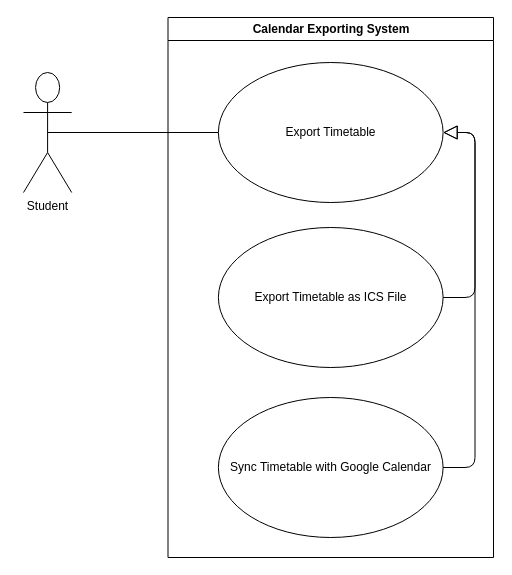
Above: page "Calendar_Exporting" (7 of 16) of docs/diagrams/requirements/Requirements.drawio in COS301-SE-2026/UMTAS (draw.io), before the change. Source tidied: cells renumbered, new cells numbered last; positions are measured from the earlier drawing's top-left corner, leaving out a move shared by most shapes. Both pictures are drawn from the tidied source at 100%, with x=0, y=0 at pixel (23, 17).
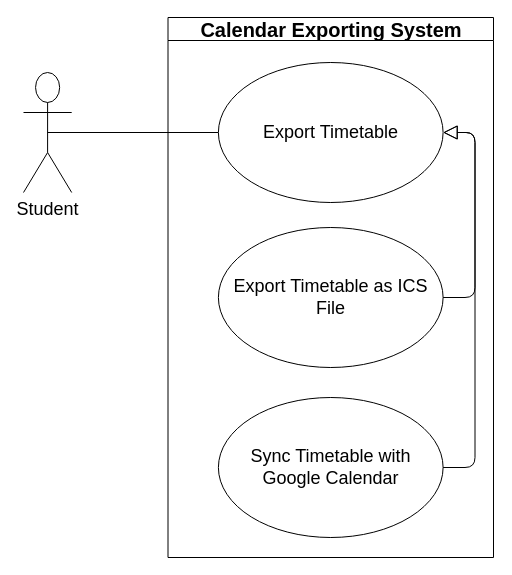
Above is the later version.

The edit, as a diff of the source:
```diff
@@
 <mxGraphModel>
   <root>
     <mxCell id="0" />
     <mxCell id="1" parent="0" />
     <mxCell id="2" style="group;" parent="1" vertex="1">
       <mxGeometry width="470" height="540" as="geometry" />
     </mxCell>
-    <mxCell id="3" value="Student&lt;div&gt;&lt;br&gt;&lt;/div&gt;" style="shape=umlActor;verticalLabelPosition=bottom;verticalAlign=top;html=1;outlineConnect=0;" parent="2" vertex="1">
+    <mxCell id="3" value="&lt;font style=&quot;font-size: 18px;&quot;&gt;Student&lt;/font&gt;&lt;div&gt;&lt;br&gt;&lt;/div&gt;" style="shape=umlActor;verticalLabelPosition=bottom;verticalAlign=top;html=1;outlineConnect=0;" parent="2" vertex="1">
       <mxGeometry y="55" width="48.2" height="120" as="geometry" />
     </mxCell>
-    <mxCell id="4" value="Calendar Exporting System" style="swimlane;whiteSpace=wrap;html=1;" parent="2" vertex="1">
+    <mxCell id="4" value="&lt;font style=&quot;font-size: 20px;&quot;&gt;Calendar Exporting System&lt;/font&gt;" style="swimlane;whiteSpace=wrap;html=1;" parent="2" vertex="1">
       <mxGeometry x="144.5" width="325.5" height="540" as="geometry" />
     </mxCell>
     <mxCell id="5" style="endArrow=none;html=1;exitX=0.5;exitY=0.5;exitDx=0;exitDy=0;exitPerimeter=0;entryX=0;entryY=0.5;entryDx=0;entryDy=0;" parent="2" edge="1" source="3" target="6">
       <mxGeometry relative="1" as="geometry" />
     </mxCell>
-    <mxCell id="6" value="Export Timetable" style="ellipse;whiteSpace=wrap;html=1;" parent="2" vertex="1">
+    <mxCell id="6" value="&lt;font style=&quot;font-size: 18px;&quot;&gt;Export Timetable&lt;/font&gt;" style="ellipse;whiteSpace=wrap;html=1;" parent="2" vertex="1">
       <mxGeometry x="194.9" y="45" width="224.7" height="140" as="geometry" />
     </mxCell>
-    <mxCell id="7" value="Sync Timetable with Google Calendar" style="ellipse;whiteSpace=wrap;html=1;" parent="2" vertex="1">
+    <mxCell id="7" value="&lt;font style=&quot;font-size: 18px;&quot;&gt;Sync Timetable with Google Calendar&lt;/font&gt;" style="ellipse;whiteSpace=wrap;html=1;" parent="2" vertex="1">
       <mxGeometry x="194.9" y="380" width="224.7" height="140" as="geometry" />
     </mxCell>
-    <mxCell id="8" value="Export Timetable as ICS File" style="ellipse;whiteSpace=wrap;html=1;" parent="2" vertex="1">
+    <mxCell id="8" value="&lt;font style=&quot;font-size: 18px;&quot;&gt;Export Timetable as ICS File&lt;/font&gt;" style="ellipse;whiteSpace=wrap;html=1;" parent="2" vertex="1">
       <mxGeometry x="194.9" y="210" width="224.7" height="140" as="geometry" />
     </mxCell>
     <mxCell id="9" style="edgeStyle=orthogonalEdgeStyle;html=1;endSize=12;endArrow=block;endFill=0;exitX=1;exitY=0.5;exitDx=0;exitDy=0;entryX=1;entryY=0.5;entryDx=0;entryDy=0;" parent="2" edge="1" source="8" target="6">
       <mxGeometry relative="1" as="geometry">
         <Array as="points">
           <mxPoint x="451.5" y="280" />
           <mxPoint x="451.5" y="115" />
         </Array>
       </mxGeometry>
     </mxCell>
     <mxCell id="10" style="edgeStyle=orthogonalEdgeStyle;html=1;endSize=12;endArrow=block;endFill=0;exitX=1;exitY=0.5;exitDx=0;exitDy=0;entryX=1;entryY=0.5;entryDx=0;entryDy=0;" parent="2" edge="1" source="7" target="6">
       <mxGeometry relative="1" as="geometry">
         <Array as="points">
           <mxPoint x="451.5" y="450" />
           <mxPoint x="451.5" y="115" />
         </Array>
       </mxGeometry>
     </mxCell>
   </root>
 </mxGraphModel>
```
